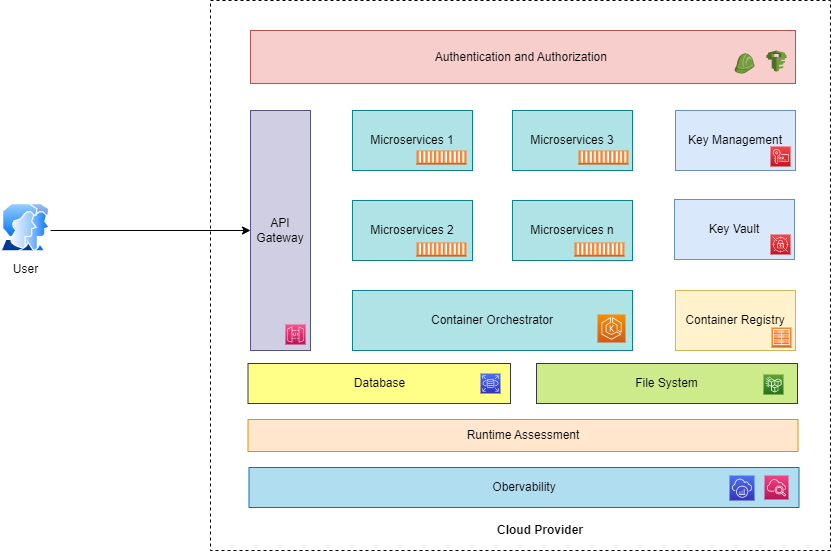
This is microservices-Zero Trust Security.drawio.png from a1krishnarajan/ms, a draw.io export, as it was before one commit. Source tidied: cells renumbered, new cells last; positions are measured from the earlier drawing's top-left corner, leaving out a move shared by most shapes. Its diagram source:
```xml
<mxGraphModel>
  <root>
    <mxCell id="0" />
    <mxCell id="1" parent="0" />
    <mxCell id="2" value="User" style="image;perimeter=ellipsePerimeter;html=1;align=center;shadow=0;dashed=0;spacingTop=3;image=img/lib/active_directory/user_accounts.svg;" parent="1" vertex="1">
      <mxGeometry y="203" width="50" height="48.5" as="geometry" />
    </mxCell>
    <mxCell id="3" style="rounded=0;whiteSpace=wrap;html=1;dashed=1;" parent="1" vertex="1">
      <mxGeometry x="210" width="620" height="550" as="geometry" />
    </mxCell>
    <mxCell id="4" value="API Gateway" style="rounded=0;whiteSpace=wrap;html=1;fillColor=#d0cee2;strokeColor=#56517e;" parent="1" vertex="1">
      <mxGeometry x="250" y="110" width="60" height="240" as="geometry" />
    </mxCell>
    <mxCell id="5" value="Authentication and Authorization&amp;nbsp;" style="rounded=0;whiteSpace=wrap;html=1;fillColor=#f8cecc;strokeColor=#b85450;" parent="1" vertex="1">
      <mxGeometry x="250" y="30" width="545" height="53" as="geometry" />
    </mxCell>
    <mxCell id="6" value="Container Orchestrator" style="rounded=0;whiteSpace=wrap;html=1;fillColor=#b0e3e6;strokeColor=#0e8088;" parent="1" vertex="1">
      <mxGeometry x="352" y="290" width="280" height="60" as="geometry" />
    </mxCell>
    <mxCell id="7" value="Microservices 2" style="rounded=0;whiteSpace=wrap;html=1;fillColor=#b0e3e6;strokeColor=#0e8088;" parent="1" vertex="1">
      <mxGeometry x="352" y="200" width="120" height="60" as="geometry" />
    </mxCell>
    <mxCell id="8" value="Microservices 1" style="rounded=0;whiteSpace=wrap;html=1;fillColor=#b0e3e6;strokeColor=#0e8088;" parent="1" vertex="1">
      <mxGeometry x="352" y="110" width="120" height="60" as="geometry" />
    </mxCell>
    <mxCell id="9" value="Microservices n" style="rounded=0;whiteSpace=wrap;html=1;fillColor=#b0e3e6;strokeColor=#0e8088;" parent="1" vertex="1">
      <mxGeometry x="512" y="200" width="120" height="60" as="geometry" />
    </mxCell>
    <mxCell id="10" value="Microservices 3" style="rounded=0;whiteSpace=wrap;html=1;fillColor=#b0e3e6;strokeColor=#0e8088;" parent="1" vertex="1">
      <mxGeometry x="512" y="110" width="120" height="60" as="geometry" />
    </mxCell>
    <mxCell id="11" value="Key Management" style="rounded=0;whiteSpace=wrap;html=1;fillColor=#dae8fc;strokeColor=#6c8ebf;" parent="1" vertex="1">
      <mxGeometry x="675" y="110" width="120" height="60" as="geometry" />
    </mxCell>
    <mxCell id="12" value="Key Vault" style="rounded=0;whiteSpace=wrap;html=1;fillColor=#dae8fc;strokeColor=#6c8ebf;" parent="1" vertex="1">
      <mxGeometry x="674" y="199" width="120" height="60" as="geometry" />
    </mxCell>
    <mxCell id="13" value="Runtime Assessment" style="rounded=0;whiteSpace=wrap;html=1;fillColor=#ffe6cc;strokeColor=#d79b00;" parent="1" vertex="1">
      <mxGeometry x="247.5" y="419" width="550" height="32" as="geometry" />
    </mxCell>
    <mxCell id="14" value="Container Registry" style="rounded=0;whiteSpace=wrap;html=1;fillColor=#fff2cc;strokeColor=#d6b656;" parent="1" vertex="1">
      <mxGeometry x="675" y="290" width="120" height="60" as="geometry" />
    </mxCell>
    <mxCell id="15" style="endArrow=classic;html=1;rounded=0;entryX=0;entryY=0.5;entryDx=0;entryDy=0;" parent="1" edge="1" target="4">
      <mxGeometry relative="1" as="geometry">
        <mxPoint x="50" y="230" as="sourcePoint" />
      </mxGeometry>
    </mxCell>
    <mxCell id="16" style="dashed=0;verticalLabelPosition=bottom;verticalAlign=top;align=center;html=1;shape=mxgraph.aws3.ec2_compute_container;fillColor=#F58534;gradientColor=none;" parent="1" vertex="1">
      <mxGeometry x="416" y="150" width="50" height="14" as="geometry" />
    </mxCell>
    <mxCell id="17" style="dashed=0;verticalLabelPosition=bottom;verticalAlign=top;align=center;html=1;shape=mxgraph.aws3.ec2_compute_container;fillColor=#F58534;gradientColor=none;" parent="1" vertex="1">
      <mxGeometry x="578" y="150" width="50" height="14" as="geometry" />
    </mxCell>
    <mxCell id="18" style="dashed=0;verticalLabelPosition=bottom;verticalAlign=top;align=center;html=1;shape=mxgraph.aws3.ec2_compute_container;fillColor=#F58534;gradientColor=none;" parent="1" vertex="1">
      <mxGeometry x="416" y="242" width="50" height="14" as="geometry" />
    </mxCell>
    <mxCell id="19" style="dashed=0;verticalLabelPosition=bottom;verticalAlign=top;align=center;html=1;shape=mxgraph.aws3.ec2_compute_container;fillColor=#F58534;gradientColor=none;" parent="1" vertex="1">
      <mxGeometry x="574" y="242" width="50" height="14" as="geometry" />
    </mxCell>
    <mxCell id="20" style="sketch=0;fontColor=#232F3E;gradientColor=#F78E04;gradientDirection=north;fillColor=#D05C17;strokeColor=#ffffff;dashed=0;verticalLabelPosition=bottom;verticalAlign=top;align=center;html=1;fontSize=12;fontStyle=0;shape=mxgraph.aws4.resourceIcon;resIcon=mxgraph.aws4.eks;" parent="1" vertex="1">
      <mxGeometry x="597" y="314" width="28" height="28" as="geometry" />
    </mxCell>
    <mxCell id="21" style="sketch=0;fontColor=#232F3E;gradientColor=#F54749;gradientDirection=north;fillColor=#C7131F;strokeColor=#ffffff;dashed=0;verticalLabelPosition=bottom;verticalAlign=top;align=center;html=1;fontSize=12;fontStyle=0;shape=mxgraph.aws4.resourceIcon;resIcon=mxgraph.aws4.key_management_service;" parent="1" vertex="1">
      <mxGeometry x="770" y="146" width="20" height="20" as="geometry" />
    </mxCell>
    <mxCell id="22" style="sketch=0;fontColor=#232F3E;gradientColor=#FF4F8B;gradientDirection=north;fillColor=#BC1356;strokeColor=#ffffff;dashed=0;verticalLabelPosition=bottom;verticalAlign=top;align=center;html=1;fontSize=12;fontStyle=0;shape=mxgraph.aws4.resourceIcon;resIcon=mxgraph.aws4.api_gateway;" parent="1" vertex="1">
      <mxGeometry x="285" y="324" width="20" height="20" as="geometry" />
    </mxCell>
    <mxCell id="23" style="sketch=0;fontColor=#232F3E;gradientColor=#F54749;gradientDirection=north;fillColor=#C7131F;strokeColor=#ffffff;dashed=0;verticalLabelPosition=bottom;verticalAlign=top;align=center;html=1;fontSize=12;fontStyle=0;shape=mxgraph.aws4.resourceIcon;resIcon=mxgraph.aws4.secrets_manager;" parent="1" vertex="1">
      <mxGeometry x="770" y="234" width="20" height="20" as="geometry" />
    </mxCell>
    <mxCell id="24" style="dashed=0;verticalLabelPosition=bottom;verticalAlign=top;align=center;html=1;shape=mxgraph.aws3.ecr_registry;fillColor=#F58534;gradientColor=none;" parent="1" vertex="1">
      <mxGeometry x="771" y="327" width="20" height="20" as="geometry" />
    </mxCell>
    <mxCell id="25" style="dashed=0;verticalLabelPosition=bottom;verticalAlign=top;align=center;html=1;shape=mxgraph.aws3.iam;fillColor=#759C3E;gradientColor=none;" parent="1" vertex="1">
      <mxGeometry x="766" y="50" width="20" height="21" as="geometry" />
    </mxCell>
    <mxCell id="26" value="Obervability" style="rounded=0;whiteSpace=wrap;html=1;fillColor=#b1ddf0;strokeColor=#10739e;" parent="1" vertex="1">
      <mxGeometry x="248.5" y="467" width="550" height="40" as="geometry" />
    </mxCell>
    <mxCell id="27" style="sketch=0;fontColor=#232F3E;gradientColor=#F34482;gradientDirection=north;fillColor=#BC1356;strokeColor=#ffffff;dashed=0;verticalLabelPosition=bottom;verticalAlign=top;align=center;html=1;fontSize=12;fontStyle=0;shape=mxgraph.aws4.resourceIcon;resIcon=mxgraph.aws4.cloudwatch_2;" parent="1" vertex="1">
      <mxGeometry x="764" y="475" width="24" height="24" as="geometry" />
    </mxCell>
    <mxCell id="28" style="sketch=0;fontColor=#232F3E;gradientColor=#4D72F3;gradientDirection=north;fillColor=#3334B9;strokeColor=#ffffff;dashed=0;verticalLabelPosition=bottom;verticalAlign=top;align=center;html=1;fontSize=12;fontStyle=0;shape=mxgraph.aws4.resourceIcon;resIcon=mxgraph.aws4.xray;" parent="1" vertex="1">
      <mxGeometry x="729" y="475" width="25" height="25" as="geometry" />
    </mxCell>
    <mxCell id="29" style="dashed=0;verticalLabelPosition=bottom;verticalAlign=top;align=center;html=1;shape=mxgraph.aws3.role;fillColor=#759C3E;gradientColor=none;" parent="1" vertex="1">
      <mxGeometry x="734" y="53" width="20" height="20" as="geometry" />
    </mxCell>
    <mxCell id="30" value="&lt;b&gt;Cloud Provider&lt;/b&gt;" style="text;html=1;strokeColor=none;fillColor=none;align=center;verticalAlign=middle;whiteSpace=wrap;rounded=0;" parent="1" vertex="1">
      <mxGeometry x="466" y="515" width="148" height="30" as="geometry" />
    </mxCell>
    <mxCell id="31" value="File System" style="rounded=0;whiteSpace=wrap;html=1;fillColor=#cdeb8b;strokeColor=#36393d;" parent="1" vertex="1">
      <mxGeometry x="536" y="363" width="261" height="40" as="geometry" />
    </mxCell>
    <mxCell id="32" value="Database" style="rounded=0;whiteSpace=wrap;html=1;fillColor=#ffff88;strokeColor=#36393d;" parent="1" vertex="1">
      <mxGeometry x="247.5" y="363" width="262.5" height="40" as="geometry" />
    </mxCell>
    <mxCell id="33" style="sketch=0;fontColor=#232F3E;gradientColor=#4D72F3;gradientDirection=north;fillColor=#3334B9;strokeColor=#ffffff;dashed=0;verticalLabelPosition=bottom;verticalAlign=top;align=center;html=1;fontSize=12;fontStyle=0;shape=mxgraph.aws4.resourceIcon;resIcon=mxgraph.aws4.rds;" parent="1" vertex="1">
      <mxGeometry x="480" y="373" width="20" height="20" as="geometry" />
    </mxCell>
    <mxCell id="34" style="sketch=0;fontColor=#232F3E;gradientColor=#60A337;gradientDirection=north;fillColor=#277116;strokeColor=#ffffff;dashed=0;verticalLabelPosition=bottom;verticalAlign=top;align=center;html=1;fontSize=12;fontStyle=0;shape=mxgraph.aws4.resourceIcon;resIcon=mxgraph.aws4.efs_standard;" parent="1" vertex="1">
      <mxGeometry x="763" y="374" width="20" height="20" as="geometry" />
    </mxCell>
  </root>
</mxGraphModel>
```
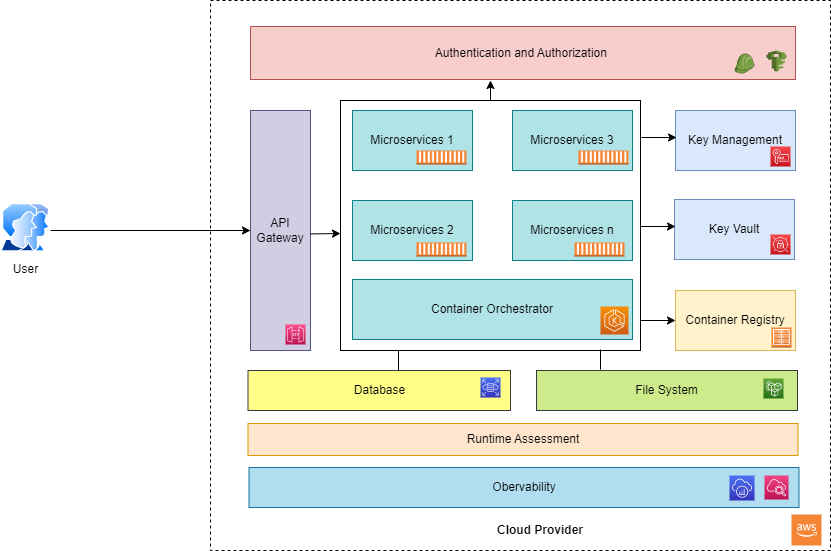
Later version of the same file.

The edit, as a diff of the source:
```diff
@@ -2,20 +2,23 @@
   <root>
     <mxCell id="0" />
     <mxCell id="1" parent="0" />
+    <mxCell id="3" style="rounded=0;whiteSpace=wrap;html=1;dashed=1;" parent="1" vertex="1">
+      <mxGeometry x="210" width="620" height="550" as="geometry" />
+    </mxCell>
+    <mxCell id="35" style="rounded=0;whiteSpace=wrap;html=1;" parent="1" vertex="1">
+      <mxGeometry x="340" y="100" width="300" height="250" as="geometry" />
+    </mxCell>
     <mxCell id="2" value="User" style="image;perimeter=ellipsePerimeter;html=1;align=center;shadow=0;dashed=0;spacingTop=3;image=img/lib/active_directory/user_accounts.svg;" parent="1" vertex="1">
       <mxGeometry y="203" width="50" height="48.5" as="geometry" />
     </mxCell>
-    <mxCell id="3" style="rounded=0;whiteSpace=wrap;html=1;dashed=1;" parent="1" vertex="1">
-      <mxGeometry x="210" width="620" height="550" as="geometry" />
-    </mxCell>
     <mxCell id="4" value="API Gateway" style="rounded=0;whiteSpace=wrap;html=1;fillColor=#d0cee2;strokeColor=#56517e;" parent="1" vertex="1">
       <mxGeometry x="250" y="110" width="60" height="240" as="geometry" />
     </mxCell>
     <mxCell id="5" value="Authentication and Authorization&amp;nbsp;" style="rounded=0;whiteSpace=wrap;html=1;fillColor=#f8cecc;strokeColor=#b85450;" parent="1" vertex="1">
-      <mxGeometry x="250" y="30" width="545" height="53" as="geometry" />
+      <mxGeometry x="250" y="26" width="545" height="53" as="geometry" />
     </mxCell>
     <mxCell id="6" value="Container Orchestrator" style="rounded=0;whiteSpace=wrap;html=1;fillColor=#b0e3e6;strokeColor=#0e8088;" parent="1" vertex="1">
-      <mxGeometry x="352" y="290" width="280" height="60" as="geometry" />
+      <mxGeometry x="352" y="279" width="280" height="60" as="geometry" />
     </mxCell>
     <mxCell id="7" value="Microservices 2" style="rounded=0;whiteSpace=wrap;html=1;fillColor=#b0e3e6;strokeColor=#0e8088;" parent="1" vertex="1">
       <mxGeometry x="352" y="200" width="120" height="60" as="geometry" />
@@ -36,7 +39,7 @@
       <mxGeometry x="674" y="199" width="120" height="60" as="geometry" />
     </mxCell>
     <mxCell id="13" value="Runtime Assessment" style="rounded=0;whiteSpace=wrap;html=1;fillColor=#ffe6cc;strokeColor=#d79b00;" parent="1" vertex="1">
-      <mxGeometry x="247.5" y="419" width="550" height="32" as="geometry" />
+      <mxGeometry x="247.5" y="423" width="550" height="32" as="geometry" />
     </mxCell>
     <mxCell id="14" value="Container Registry" style="rounded=0;whiteSpace=wrap;html=1;fillColor=#fff2cc;strokeColor=#d6b656;" parent="1" vertex="1">
       <mxGeometry x="675" y="290" width="120" height="60" as="geometry" />
@@ -59,7 +62,7 @@
       <mxGeometry x="574" y="242" width="50" height="14" as="geometry" />
     </mxCell>
     <mxCell id="20" style="sketch=0;fontColor=#232F3E;gradientColor=#F78E04;gradientDirection=north;fillColor=#D05C17;strokeColor=#ffffff;dashed=0;verticalLabelPosition=bottom;verticalAlign=top;align=center;html=1;fontSize=12;fontStyle=0;shape=mxgraph.aws4.resourceIcon;resIcon=mxgraph.aws4.eks;" parent="1" vertex="1">
-      <mxGeometry x="597" y="314" width="28" height="28" as="geometry" />
+      <mxGeometry x="600" y="306" width="28" height="28" as="geometry" />
     </mxCell>
     <mxCell id="21" style="sketch=0;fontColor=#232F3E;gradientColor=#F54749;gradientDirection=north;fillColor=#C7131F;strokeColor=#ffffff;dashed=0;verticalLabelPosition=bottom;verticalAlign=top;align=center;html=1;fontSize=12;fontStyle=0;shape=mxgraph.aws4.resourceIcon;resIcon=mxgraph.aws4.key_management_service;" parent="1" vertex="1">
       <mxGeometry x="770" y="146" width="20" height="20" as="geometry" />
@@ -92,16 +95,59 @@
       <mxGeometry x="466" y="515" width="148" height="30" as="geometry" />
     </mxCell>
     <mxCell id="31" value="File System" style="rounded=0;whiteSpace=wrap;html=1;fillColor=#cdeb8b;strokeColor=#36393d;" parent="1" vertex="1">
-      <mxGeometry x="536" y="363" width="261" height="40" as="geometry" />
+      <mxGeometry x="536" y="370" width="261" height="40" as="geometry" />
     </mxCell>
     <mxCell id="32" value="Database" style="rounded=0;whiteSpace=wrap;html=1;fillColor=#ffff88;strokeColor=#36393d;" parent="1" vertex="1">
-      <mxGeometry x="247.5" y="363" width="262.5" height="40" as="geometry" />
+      <mxGeometry x="247.5" y="370" width="262.5" height="40" as="geometry" />
     </mxCell>
     <mxCell id="33" style="sketch=0;fontColor=#232F3E;gradientColor=#4D72F3;gradientDirection=north;fillColor=#3334B9;strokeColor=#ffffff;dashed=0;verticalLabelPosition=bottom;verticalAlign=top;align=center;html=1;fontSize=12;fontStyle=0;shape=mxgraph.aws4.resourceIcon;resIcon=mxgraph.aws4.rds;" parent="1" vertex="1">
-      <mxGeometry x="480" y="373" width="20" height="20" as="geometry" />
+      <mxGeometry x="480" y="377" width="20" height="20" as="geometry" />
     </mxCell>
     <mxCell id="34" style="sketch=0;fontColor=#232F3E;gradientColor=#60A337;gradientDirection=north;fillColor=#277116;strokeColor=#ffffff;dashed=0;verticalLabelPosition=bottom;verticalAlign=top;align=center;html=1;fontSize=12;fontStyle=0;shape=mxgraph.aws4.resourceIcon;resIcon=mxgraph.aws4.efs_standard;" parent="1" vertex="1">
-      <mxGeometry x="763" y="374" width="20" height="20" as="geometry" />
+      <mxGeometry x="763" y="378" width="20" height="20" as="geometry" />
     </mxCell>
+    <mxCell id="36" style="endArrow=classic;html=1;rounded=0;exitX=1;exitY=0.531;exitDx=0;exitDy=0;exitPerimeter=0;" parent="1" edge="1">
+      <mxGeometry relative="1" as="geometry">
+        <mxPoint x="310" y="233.4" as="sourcePoint" />
+        <mxPoint x="340" y="233" as="targetPoint" />
+      </mxGeometry>
+    </mxCell>
+    <mxCell id="37" style="endArrow=classic;html=1;rounded=0;entryX=0;entryY=0.5;entryDx=0;entryDy=0;" parent="1" edge="1" target="14">
+      <mxGeometry relative="1" as="geometry">
+        <mxPoint x="640" y="320" as="sourcePoint" />
+      </mxGeometry>
+    </mxCell>
+    <mxCell id="38" style="endArrow=classic;html=1;rounded=0;entryX=0;entryY=0.5;entryDx=0;entryDy=0;" parent="1" edge="1">
+      <mxGeometry relative="1" as="geometry">
+        <mxPoint x="640" y="226" as="sourcePoint" />
+        <mxPoint x="675" y="226" as="targetPoint" />
+      </mxGeometry>
+    </mxCell>
+    <mxCell id="39" style="endArrow=classic;html=1;rounded=0;entryX=0;entryY=0.5;entryDx=0;entryDy=0;" parent="1" edge="1">
+      <mxGeometry relative="1" as="geometry">
+        <mxPoint x="641" y="137" as="sourcePoint" />
+        <mxPoint x="676" y="137" as="targetPoint" />
+      </mxGeometry>
+    </mxCell>
+    <mxCell id="40" style="endArrow=classic;html=1;rounded=0;exitX=0.5;exitY=0;exitDx=0;exitDy=0;" parent="1" edge="1" source="35">
+      <mxGeometry relative="1" as="geometry">
+        <mxPoint x="490" y="80" as="targetPoint" />
+      </mxGeometry>
+    </mxCell>
+    <mxCell id="41" style="endArrow=none;html=1;rounded=0;" parent="1" edge="1">
+      <mxGeometry relative="1" as="geometry">
+        <mxPoint x="398" y="370" as="sourcePoint" />
+        <mxPoint x="398" y="350" as="targetPoint" />
+      </mxGeometry>
+    </mxCell>
+    <mxCell id="42" style="endArrow=none;html=1;rounded=0;" parent="1" edge="1">
+      <mxGeometry relative="1" as="geometry">
+        <mxPoint x="600" y="369" as="sourcePoint" />
+        <mxPoint x="600" y="349" as="targetPoint" />
+      </mxGeometry>
+    </mxCell>
+    <mxCell id="43" style="dashed=0;verticalLabelPosition=bottom;verticalAlign=top;align=center;html=1;shape=mxgraph.aws3.cloud_2;fillColor=#F58534;gradientColor=none;" parent="1" vertex="1">
+      <mxGeometry x="791" y="514" width="30" height="31" as="geometry" />
+    </mxCell>
   </root>
 </mxGraphModel>
```
